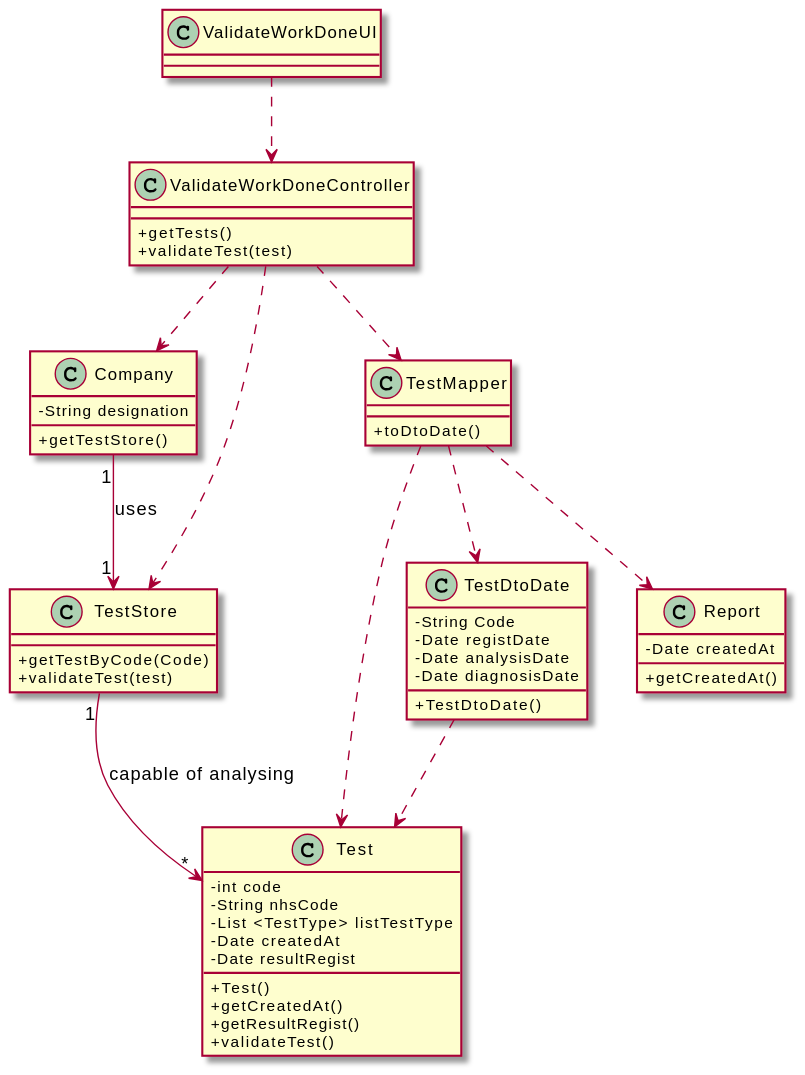
The PlantUML diagram docs/SprintC/US15_ValidateTheWorkDone/US15_CD.svg in Pedromaia26/LAPR2-ISEP, before a commit.
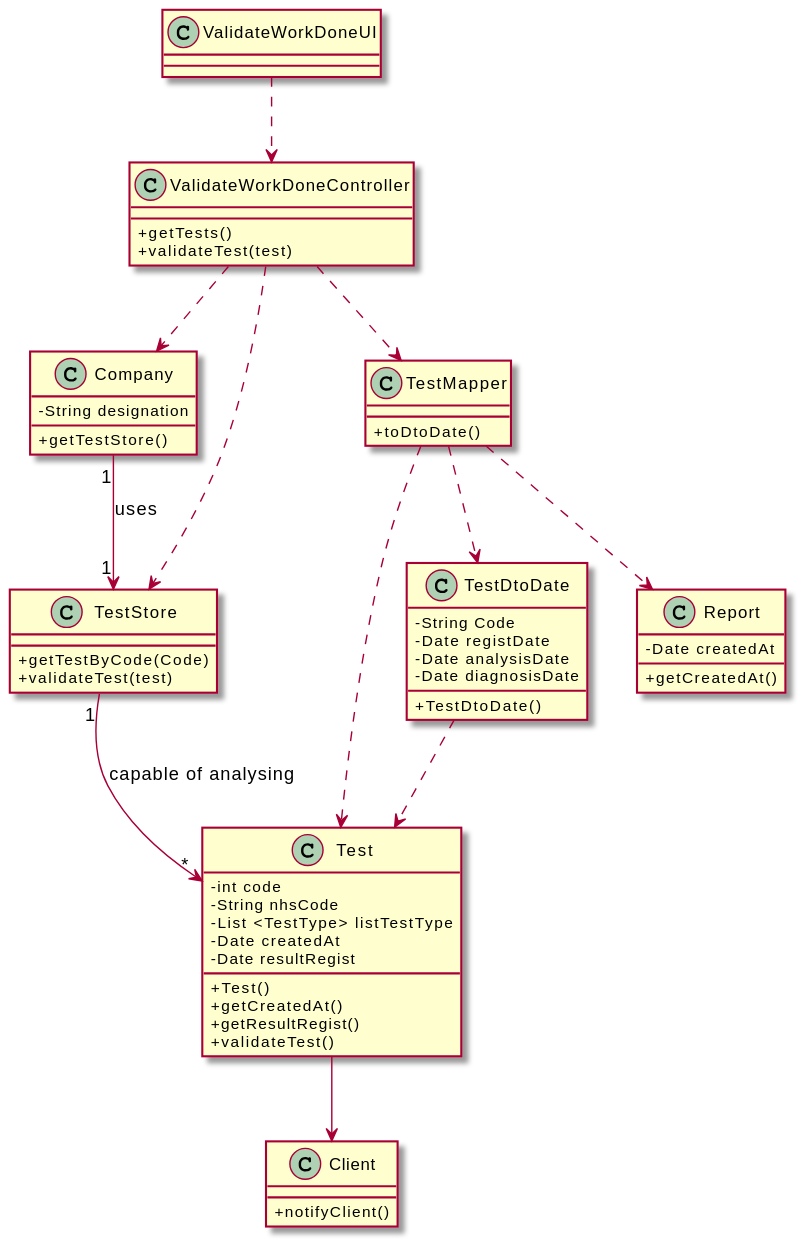
After the commit.

What changed in the source:
```diff
@@ -51,6 +51,10 @@
   +getCreatedAt()
 }
 
+class Client {
+  +notifyClient()
+}
+
 
 ValidateWorkDoneUI ..> ValidateWorkDoneController
 ValidateWorkDoneController ..> TestStore
@@ -60,6 +64,7 @@
 TestMapper ..> TestDtoDate
 TestMapper ..> Report
 TestDtoDate ..> Test
+Test --> Client
 TestStore "1" --> "*" Test : capable of analysing
 Company "1" --> "1" TestStore : uses
 @enduml
```
